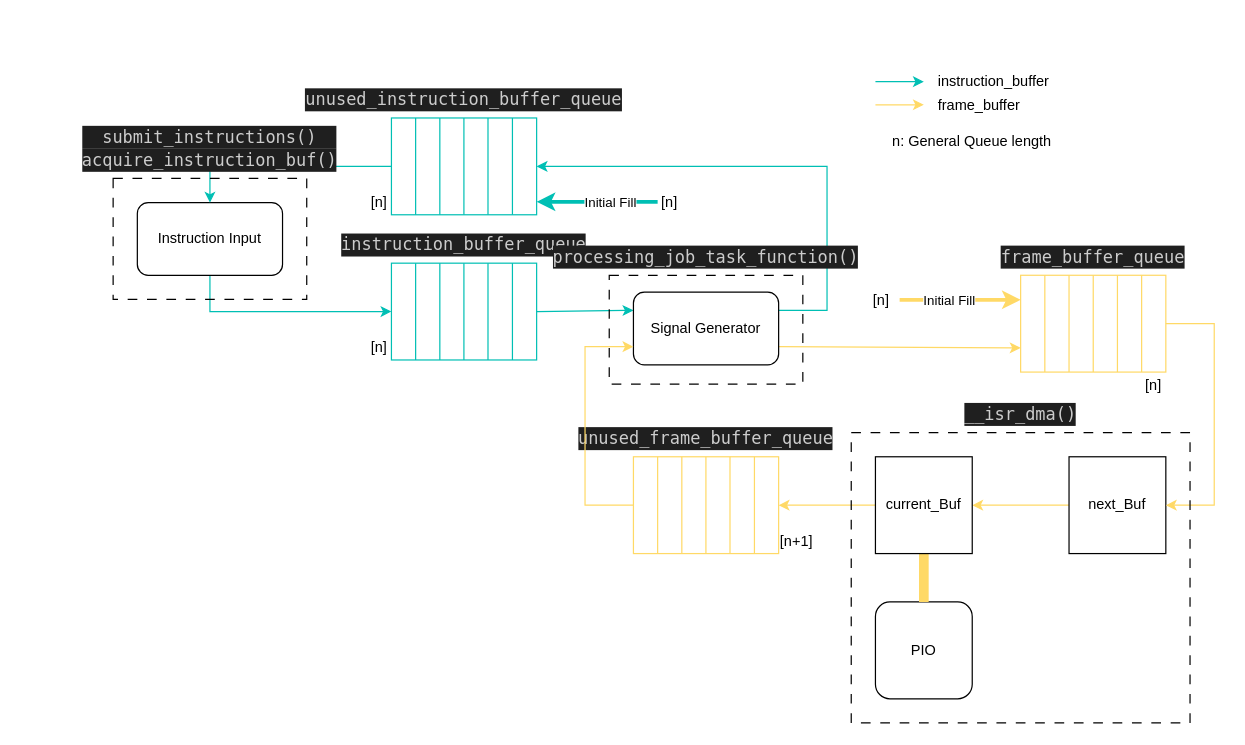
AlexanderHD27/oscilloscope-rendering keeps this draw.io diagram as docs/drawio/DataFlow_RP2040/DataFlow_RP2040.drawio. Above is the earlier version. Source tidied: cells renumbered, new cells numbered last; positions are measured from the earlier drawing's top-left corner, leaving out a move shared by most shapes. Both pictures are drawn from the tidied source at 121%, with x=0, y=0 at pixel (113, 69).
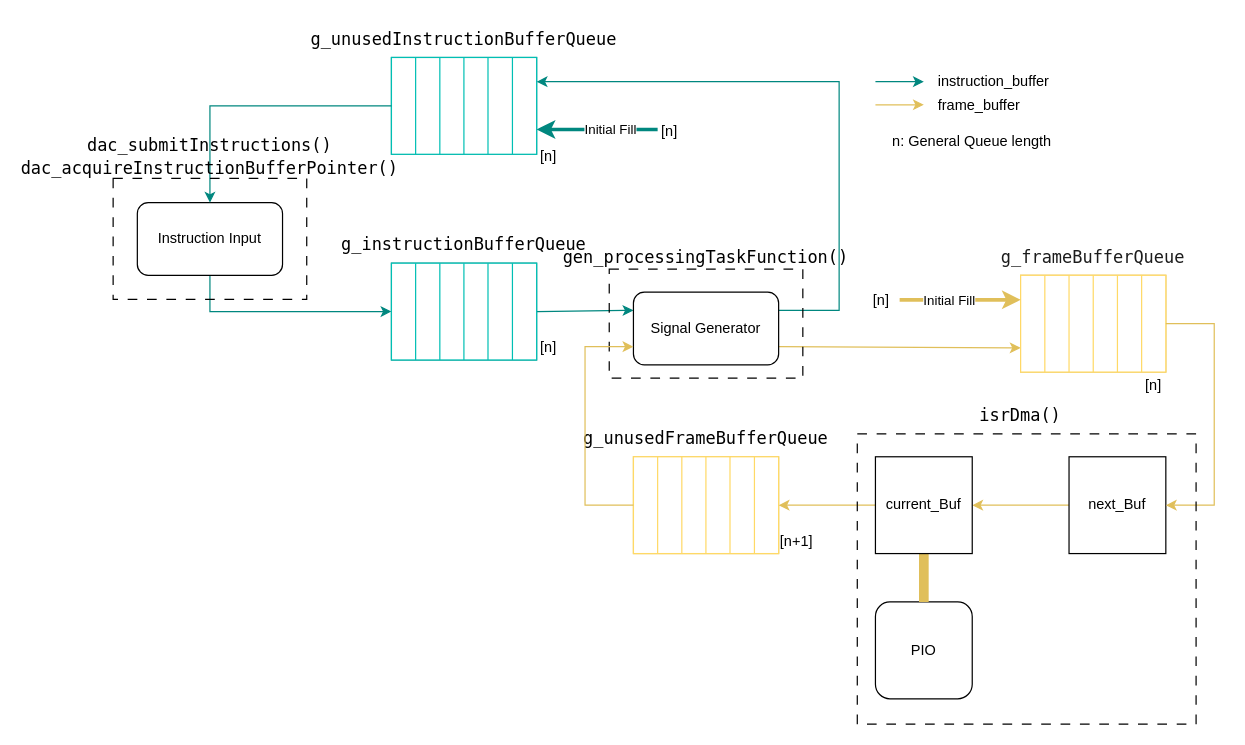
The same page after the edit.

Unchanged cells that the change refers to:
```xml
<mxCell id="3" value="Instruction Input" style="rounded=1;whiteSpace=wrap;html=1;" parent="1" vertex="1">
  <mxGeometry x="20" y="110" width="120" height="60" as="geometry" />
</mxCell>
<mxCell id="6" style="rounded=0;whiteSpace=wrap;html=1;strokeColor=#00BFB4;" parent="5" vertex="1">
  <mxGeometry width="120" height="80" as="geometry" />
</mxCell>
<mxCell id="13" style="rounded=0;whiteSpace=wrap;html=1;strokeColor=#00BFB4;" parent="12" vertex="1">
  <mxGeometry width="120" height="80" as="geometry" />
</mxCell>
<mxCell id="24" value="Signal Generator" style="rounded=1;whiteSpace=wrap;html=1;" parent="1" vertex="1">
  <mxGeometry x="430" y="184" width="120" height="60" as="geometry" />
</mxCell>
<mxCell id="25" value="PIO" style="rounded=1;whiteSpace=wrap;html=1;" parent="1" vertex="1">
  <mxGeometry x="630" y="440" width="80" height="80" as="geometry" />
</mxCell>
<mxCell id="27" style="rounded=0;whiteSpace=wrap;html=1;strokeColor=#FFD966;rotation=-180;" parent="26" vertex="1">
  <mxGeometry width="120" height="80" as="geometry" />
</mxCell>
<mxCell id="36" style="rounded=0;whiteSpace=wrap;html=1;strokeColor=#FFD966;" parent="35" vertex="1">
  <mxGeometry width="120" height="80" as="geometry" />
</mxCell>
<mxCell id="43" value="next_Buf" style="rounded=0;whiteSpace=wrap;html=1;" parent="1" vertex="1">
  <mxGeometry x="790" y="320" width="80" height="80" as="geometry" />
</mxCell>
<mxCell id="48" value="current_Buf" style="rounded=0;whiteSpace=wrap;html=1;" parent="1" vertex="1">
  <mxGeometry x="630" y="320" width="80" height="80" as="geometry" />
</mxCell>
```

The edit, as a diff of the source:
```diff
@@
-    <mxCell id="2" style="edgeStyle=orthogonalEdgeStyle;rounded=0;jettySize=auto;html=1;entryX=0;entryY=0.5;entryDx=0;entryDy=0;strokeColor=#00BFB4;" parent="1" edge="1" source="3" target="6">
+    <mxCell id="2" style="edgeStyle=orthogonalEdgeStyle;rounded=0;jettySize=auto;html=1;entryX=0;entryY=0.5;entryDx=0;entryDy=0;strokeColor=#00877F;" parent="1" edge="1" source="3" target="6">
       <mxGeometry relative="1" as="geometry">
         <Array as="points">
           <mxPoint x="80" y="200" />
         </Array>
       </mxGeometry>
     </mxCell>
@@
-    <mxCell id="4" style="rounded=0;jettySize=auto;html=1;exitX=1;exitY=0.5;exitDx=0;exitDy=0;entryX=0;entryY=0.25;entryDx=0;entryDy=0;strokeColor=#00BFB4;" parent="1" edge="1" source="6" target="24">
+    <mxCell id="4" style="rounded=0;jettySize=auto;html=1;exitX=1;exitY=0.5;exitDx=0;exitDy=0;entryX=0;entryY=0.25;entryDx=0;entryDy=0;strokeColor=#00877F;" parent="1" edge="1" source="6" target="24">
       <mxGeometry relative="1" as="geometry" />
     </mxCell>
-    <mxCell id="5" style="group;" parent="1" vertex="1">
+    <mxCell id="5" style="group;strokeColor=#00877F;" parent="1" vertex="1">
       <mxGeometry x="230" y="160" width="120" height="80" as="geometry" />
     </mxCell>
@@
-    <mxCell id="12" style="group;" parent="1" vertex="1">
-      <mxGeometry x="230" y="40" width="120" height="80" as="geometry" />
+    <mxCell id="12" style="group;labelPosition=center;verticalLabelPosition=bottom;align=center;verticalAlign=top;strokeColor=#00877F;" parent="1" vertex="1">
+      <mxGeometry x="230" y="-10" width="120" height="80" as="geometry" />
     </mxCell>
@@
-    <mxCell id="19" value="&lt;div style=&quot;color: rgb(204, 204, 204); background-color: rgb(31, 31, 31); font-family: &amp;quot;UbuntuMono Nerd Font Propo&amp;quot;, &amp;quot;Droid Sans Mono&amp;quot;, &amp;quot;monospace&amp;quot;, monospace; font-size: 14px; line-height: 19px;&quot;&gt;instruction_buffer_queue&lt;/div&gt;" style="text;html=1;strokeColor=none;fillColor=none;align=center;verticalAlign=middle;whiteSpace=wrap;rounded=0;" parent="1" vertex="1">
+    <mxCell id="19" value="&lt;div style=&quot;font-family: &amp;quot;UbuntuMono Nerd Font Propo&amp;quot;, &amp;quot;Droid Sans Mono&amp;quot;, &amp;quot;monospace&amp;quot;, monospace; font-size: 14px; line-height: 19px;&quot;&gt;&lt;div style=&quot;line-height: 19px;&quot;&gt;g_instructionBufferQueue&lt;/div&gt;&lt;/div&gt;" style="text;html=1;strokeColor=none;fillColor=none;align=center;verticalAlign=middle;whiteSpace=wrap;rounded=0;labelBackgroundColor=none;fontColor=default;" parent="1" vertex="1">
       <mxGeometry x="230" y="130" width="120" height="30" as="geometry" />
     </mxCell>
-    <mxCell id="20" value="&lt;div style=&quot;color: rgb(204, 204, 204); background-color: rgb(31, 31, 31); font-family: &amp;quot;UbuntuMono Nerd Font Propo&amp;quot;, &amp;quot;Droid Sans Mono&amp;quot;, &amp;quot;monospace&amp;quot;, monospace; font-size: 14px; line-height: 19px;&quot;&gt;unused_instruction_buffer_queue&lt;/div&gt;" style="text;html=1;strokeColor=none;fillColor=none;align=center;verticalAlign=middle;whiteSpace=wrap;rounded=0;" parent="1" vertex="1">
-      <mxGeometry x="150" y="10" width="280" height="30" as="geometry" />
+    <mxCell id="20" value="&lt;div style=&quot;color: rgb(204, 204, 204); background-color: rgb(31, 31, 31); font-family: &amp;quot;UbuntuMono Nerd Font Propo&amp;quot;, &amp;quot;Droid Sans Mono&amp;quot;, &amp;quot;monospace&amp;quot;, monospace; font-size: 14px; line-height: 19px;&quot;&gt;&lt;div style=&quot;line-height: 19px;&quot;&gt;&lt;br&gt;&lt;/div&gt;&lt;/div&gt;" style="text;html=1;strokeColor=none;fillColor=none;align=center;verticalAlign=middle;whiteSpace=wrap;rounded=0;" parent="1" vertex="1">
+      <mxGeometry x="140" y="-40" width="280" height="30" as="geometry" />
     </mxCell>
-    <mxCell id="21" style="edgeStyle=orthogonalEdgeStyle;rounded=0;jettySize=auto;html=1;exitX=0;exitY=0.5;exitDx=0;exitDy=0;entryX=0.5;entryY=0;entryDx=0;entryDy=0;strokeColor=#00BFB4;" parent="1" edge="1" source="13" target="3">
+    <mxCell id="21" style="edgeStyle=orthogonalEdgeStyle;rounded=0;jettySize=auto;html=1;exitX=0;exitY=0.5;exitDx=0;exitDy=0;entryX=0.5;entryY=0;entryDx=0;entryDy=0;strokeColor=#00877F;" parent="1" edge="1" source="13" target="3">
       <mxGeometry relative="1" as="geometry" />
     </mxCell>
+    <mxCell id="23" style="rounded=0;jettySize=auto;html=1;exitX=1;exitY=0.75;exitDx=0;exitDy=0;entryX=1;entryY=0.25;entryDx=0;entryDy=0;fontColor=#FFD966;strokeColor=#E0BF5A;" parent="1" edge="1" source="24" target="27">
+      <mxGeometry relative="1" as="geometry" />
+    </mxCell>
-    <mxCell id="22" style="edgeStyle=orthogonalEdgeStyle;rounded=0;jettySize=auto;html=1;exitX=1;exitY=0.25;exitDx=0;exitDy=0;entryX=1;entryY=0.5;entryDx=0;entryDy=0;strokeColor=#00BFB4;" parent="1" edge="1" source="24" target="13">
+    <mxCell id="22" style="edgeStyle=orthogonalEdgeStyle;rounded=0;jettySize=auto;html=1;exitX=1;exitY=0.25;exitDx=0;exitDy=0;entryX=1;entryY=0.25;entryDx=0;entryDy=0;fontColor=#00BFB4;strokeColor=#00877F;" parent="1" edge="1" source="24" target="13">
       <mxGeometry relative="1" as="geometry">
         <Array as="points">
-          <mxPoint x="590" y="199" />
-          <mxPoint x="590" y="80" />
+          <mxPoint x="600" y="199" />
+          <mxPoint x="600" y="10" />
         </Array>
       </mxGeometry>
     </mxCell>
-    <mxCell id="23" style="rounded=0;jettySize=auto;html=1;exitX=1;exitY=0.75;exitDx=0;exitDy=0;entryX=1;entryY=0.25;entryDx=0;entryDy=0;fontColor=#FFD966;strokeColor=#FFD966;" parent="1" edge="1" source="24" target="27">
-      <mxGeometry relative="1" as="geometry" />
-    </mxCell>
@@
-    <mxCell id="26" style="group;rotation=-180;" parent="1" vertex="1">
+    <mxCell id="26" style="group;rotation=-180;strokeColor=#E0BF5A;" parent="1" vertex="1">
       <mxGeometry x="750" y="170" width="120" height="80" as="geometry" />
     </mxCell>
@@
-    <mxCell id="33" value="&lt;div style=&quot;color: rgb(204, 204, 204); background-color: rgb(31, 31, 31); font-family: &amp;quot;UbuntuMono Nerd Font Propo&amp;quot;, &amp;quot;Droid Sans Mono&amp;quot;, &amp;quot;monospace&amp;quot;, monospace; font-size: 14px; line-height: 19px;&quot;&gt;unused_frame_buffer_queue&lt;/div&gt;" style="text;html=1;strokeColor=none;fillColor=none;align=center;verticalAlign=middle;whiteSpace=wrap;rounded=0;" parent="1" vertex="1">
+    <mxCell id="33" value="&lt;div style=&quot;font-family: &amp;quot;UbuntuMono Nerd Font Propo&amp;quot;, &amp;quot;Droid Sans Mono&amp;quot;, &amp;quot;monospace&amp;quot;, monospace; font-size: 14px; line-height: 19px;&quot;&gt;&lt;div style=&quot;line-height: 19px;&quot;&gt;g_unusedFrameBufferQueue&lt;/div&gt;&lt;/div&gt;" style="text;html=1;strokeColor=none;fillColor=none;align=center;verticalAlign=middle;whiteSpace=wrap;rounded=0;labelBackgroundColor=none;fontColor=default;" parent="1" vertex="1">
       <mxGeometry x="410" y="290" width="160" height="30" as="geometry" />
     </mxCell>
-    <mxCell id="34" value="&lt;div style=&quot;color: rgb(204, 204, 204); background-color: rgb(31, 31, 31); font-family: &amp;quot;UbuntuMono Nerd Font Propo&amp;quot;, &amp;quot;Droid Sans Mono&amp;quot;, &amp;quot;monospace&amp;quot;, monospace; font-size: 14px; line-height: 19px;&quot;&gt;frame_buffer_queue&lt;/div&gt;" style="text;html=1;strokeColor=none;fillColor=none;align=center;verticalAlign=middle;whiteSpace=wrap;rounded=0;" parent="1" vertex="1">
+    <mxCell id="34" value="&lt;div style=&quot;font-family: &amp;quot;UbuntuMono Nerd Font Propo&amp;quot;, &amp;quot;Droid Sans Mono&amp;quot;, &amp;quot;monospace&amp;quot;, monospace; font-size: 14px; line-height: 19px;&quot;&gt;&lt;div style=&quot;line-height: 19px;&quot;&gt;g_frameBufferQueue&lt;/div&gt;&lt;/div&gt;" style="text;html=1;strokeColor=none;fillColor=none;align=center;verticalAlign=middle;whiteSpace=wrap;rounded=0;labelBackgroundColor=none;fontColor=#1C1C1C;" parent="1" vertex="1">
       <mxGeometry x="755" y="140" width="110" height="30" as="geometry" />
     </mxCell>
-    <mxCell id="35" style="group;" parent="1" vertex="1">
+    <mxCell id="35" style="group;strokeColor=#E0BF5A;" parent="1" vertex="1">
       <mxGeometry x="430" y="320" width="120" height="80" as="geometry" />
     </mxCell>
@@
-    <mxCell id="42" style="edgeStyle=orthogonalEdgeStyle;rounded=0;jettySize=auto;html=1;entryX=1;entryY=0.5;entryDx=0;entryDy=0;strokeColor=#FFD966;" parent="1" edge="1" source="43" target="48">
+    <mxCell id="42" style="edgeStyle=orthogonalEdgeStyle;rounded=0;jettySize=auto;html=1;entryX=1;entryY=0.5;entryDx=0;entryDy=0;strokeColor=#E0BF5A;" parent="1" edge="1" source="43" target="48">
       <mxGeometry relative="1" as="geometry" />
     </mxCell>
@@
-    <mxCell id="44" style="edgeStyle=orthogonalEdgeStyle;rounded=0;jettySize=auto;html=1;entryX=1;entryY=0.5;entryDx=0;entryDy=0;strokeColor=#FFD966;exitX=0;exitY=0.5;exitDx=0;exitDy=0;" parent="1" edge="1" source="27" target="43">
+    <mxCell id="44" style="edgeStyle=orthogonalEdgeStyle;rounded=0;jettySize=auto;html=1;entryX=1;entryY=0.5;entryDx=0;entryDy=0;strokeColor=#E0BF5A;exitX=0;exitY=0.5;exitDx=0;exitDy=0;" parent="1" edge="1" source="27" target="43">
       <mxGeometry relative="1" as="geometry">
         <Array as="points">
           <mxPoint x="910" y="210" />
           <mxPoint x="910" y="360" />
         </Array>
       </mxGeometry>
     </mxCell>
-    <mxCell id="45" style="edgeStyle=orthogonalEdgeStyle;rounded=0;jettySize=auto;html=1;endArrow=none;endFill=0;strokeWidth=8;exitX=0.5;exitY=1;exitDx=0;exitDy=0;strokeColor=#FFD966;" parent="1" edge="1" source="48" target="25">
+    <mxCell id="45" style="edgeStyle=orthogonalEdgeStyle;rounded=0;jettySize=auto;html=1;endArrow=none;endFill=0;strokeWidth=8;exitX=0.5;exitY=1;exitDx=0;exitDy=0;strokeColor=#E0BF5A;" parent="1" edge="1" source="48" target="25">
       <mxGeometry relative="1" as="geometry" />
     </mxCell>
-    <mxCell id="46" style="edgeStyle=orthogonalEdgeStyle;rounded=0;jettySize=auto;html=1;exitX=0;exitY=0.5;exitDx=0;exitDy=0;entryX=1;entryY=0.5;entryDx=0;entryDy=0;strokeColor=#FFD966;" parent="1" edge="1" source="48" target="36">
+    <mxCell id="46" style="edgeStyle=orthogonalEdgeStyle;rounded=0;jettySize=auto;html=1;exitX=0;exitY=0.5;exitDx=0;exitDy=0;entryX=1;entryY=0.5;entryDx=0;entryDy=0;strokeColor=#E0BF5A;" parent="1" edge="1" source="48" target="36">
       <mxGeometry relative="1" as="geometry" />
     </mxCell>
-    <mxCell id="47" value="&lt;div style=&quot;color: rgb(204, 204, 204); background-color: rgb(31, 31, 31); font-family: &amp;quot;UbuntuMono Nerd Font Propo&amp;quot;, &amp;quot;Droid Sans Mono&amp;quot;, &amp;quot;monospace&amp;quot;, monospace; font-weight: normal; font-size: 14px; line-height: 19px;&quot;&gt;__isr_dma()&lt;/div&gt;" style="rounded=0;whiteSpace=wrap;html=1;fillColor=none;dashed=1;dashPattern=8 8;spacing=5;labelPosition=center;verticalLabelPosition=top;align=center;verticalAlign=bottom;fontStyle=1;glass=0;" parent="1" vertex="1">
-      <mxGeometry x="610" y="300" width="280" height="240" as="geometry" />
+    <mxCell id="47" value="&lt;div style=&quot;color: rgb(204, 204, 204); background-color: rgb(31, 31, 31); font-family: &amp;quot;UbuntuMono Nerd Font Propo&amp;quot;, &amp;quot;Droid Sans Mono&amp;quot;, &amp;quot;monospace&amp;quot;, monospace; font-weight: normal; font-size: 14px; line-height: 19px;&quot;&gt;&lt;div style=&quot;line-height: 19px;&quot;&gt;&lt;br&gt;&lt;/div&gt;&lt;/div&gt;" style="rounded=0;whiteSpace=wrap;html=1;fillColor=none;dashed=1;dashPattern=8 8;spacing=5;labelPosition=center;verticalLabelPosition=top;align=center;verticalAlign=bottom;fontStyle=1;glass=0;" parent="1" vertex="1">
+      <mxGeometry x="615" y="301" width="280" height="240" as="geometry" />
     </mxCell>
@@
-    <mxCell id="49" value="&lt;div style=&quot;color: rgb(204, 204, 204); background-color: rgb(31, 31, 31); font-family: &amp;quot;UbuntuMono Nerd Font Propo&amp;quot;, &amp;quot;Droid Sans Mono&amp;quot;, &amp;quot;monospace&amp;quot;, monospace; font-weight: normal; font-size: 14px; line-height: 19px;&quot;&gt;processing_job_task_function()&lt;/div&gt;" style="rounded=0;whiteSpace=wrap;html=1;fillColor=none;dashed=1;dashPattern=8 8;spacing=5;labelPosition=center;verticalLabelPosition=top;align=center;verticalAlign=bottom;fontStyle=1;" parent="1" vertex="1">
-      <mxGeometry x="410" y="170" width="160" height="90" as="geometry" />
+    <mxCell id="49" value="&lt;div style=&quot;color: rgb(204, 204, 204); background-color: rgb(31, 31, 31); font-family: &amp;quot;UbuntuMono Nerd Font Propo&amp;quot;, &amp;quot;Droid Sans Mono&amp;quot;, &amp;quot;monospace&amp;quot;, monospace; font-weight: normal; font-size: 14px; line-height: 19px;&quot;&gt;&lt;div style=&quot;line-height: 19px;&quot;&gt;&lt;br&gt;&lt;/div&gt;&lt;/div&gt;" style="rounded=0;whiteSpace=wrap;html=1;fillColor=none;dashed=1;dashPattern=8 8;spacing=5;labelPosition=center;verticalLabelPosition=top;align=center;verticalAlign=bottom;fontStyle=1;" parent="1" vertex="1">
+      <mxGeometry x="410" y="165" width="160" height="90" as="geometry" />
     </mxCell>
-    <mxCell id="50" style="edgeStyle=orthogonalEdgeStyle;rounded=0;jettySize=auto;html=1;strokeColor=#FFD966;exitX=0;exitY=0.5;exitDx=0;exitDy=0;entryX=0;entryY=0.75;entryDx=0;entryDy=0;" parent="1" edge="1" source="36" target="24">
+    <mxCell id="50" style="edgeStyle=orthogonalEdgeStyle;rounded=0;jettySize=auto;html=1;strokeColor=#E0BF5A;exitX=0;exitY=0.5;exitDx=0;exitDy=0;entryX=0;entryY=0.75;entryDx=0;entryDy=0;" parent="1" edge="1" source="36" target="24">
       <mxGeometry relative="1" as="geometry">
         <Array as="points">
           <mxPoint x="390" y="360" />
           <mxPoint x="390" y="229" />
         </Array>
       </mxGeometry>
     </mxCell>
-    <mxCell id="51" style="endArrow=classic;html=1;rounded=0;strokeWidth=3;strokeColor=#00BFB4;" parent="1" edge="1">
+    <mxCell id="51" style="endArrow=classic;html=1;rounded=0;strokeWidth=3;strokeColor=#00877F;" parent="1" edge="1">
       <mxGeometry relative="1" as="geometry">
-        <mxPoint x="450" y="109.3" as="sourcePoint" />
-        <mxPoint x="350" y="109.3" as="targetPoint" />
+        <mxPoint x="450" y="49.5" as="sourcePoint" />
+        <mxPoint x="350" y="49.5" as="targetPoint" />
       </mxGeometry>
     </mxCell>
@@
     <mxCell id="55" value="[n]" style="text;html=1;strokeColor=none;fillColor=none;align=center;verticalAlign=middle;whiteSpace=wrap;rounded=0;" parent="1" vertex="1">
-      <mxGeometry x="210" y="219" width="20" height="21" as="geometry" />
+      <mxGeometry x="350" y="219" width="20" height="21" as="geometry" />
     </mxCell>
     <mxCell id="56" value="[n]" style="text;html=1;strokeColor=none;fillColor=none;align=center;verticalAlign=middle;whiteSpace=wrap;rounded=0;" parent="1" vertex="1">
-      <mxGeometry x="210" y="99" width="20" height="21" as="geometry" />
+      <mxGeometry x="350" y="61" width="20" height="21" as="geometry" />
     </mxCell>
@@
     <mxCell id="58" value="[n]" style="text;html=1;strokeColor=none;fillColor=none;align=center;verticalAlign=middle;whiteSpace=wrap;rounded=0;" parent="1" vertex="1">
-      <mxGeometry x="450" y="99" width="20" height="21" as="geometry" />
+      <mxGeometry x="450" y="40" width="20" height="21" as="geometry" />
     </mxCell>
-    <mxCell id="59" value="&lt;div style=&quot;color: rgb(204, 204, 204); background-color: rgb(31, 31, 31); font-family: &amp;quot;UbuntuMono Nerd Font Propo&amp;quot;, &amp;quot;Droid Sans Mono&amp;quot;, &amp;quot;monospace&amp;quot;, monospace; font-weight: normal; font-size: 14px; line-height: 19px;&quot;&gt;submit_instructions()&lt;/div&gt;&lt;div style=&quot;color: rgb(204, 204, 204); background-color: rgb(31, 31, 31); font-family: &amp;quot;UbuntuMono Nerd Font Propo&amp;quot;, &amp;quot;Droid Sans Mono&amp;quot;, &amp;quot;monospace&amp;quot;, monospace; font-weight: normal; font-size: 14px; line-height: 19px;&quot;&gt;&lt;div style=&quot;line-height: 19px;&quot;&gt;acquire_instruction_buf()&lt;/div&gt;&lt;/div&gt;" style="rounded=0;whiteSpace=wrap;html=1;fillColor=none;dashed=1;dashPattern=8 8;spacing=5;labelPosition=center;verticalLabelPosition=top;align=center;verticalAlign=bottom;fontStyle=1;" parent="1" vertex="1">
+    <mxCell id="59" value="&lt;div style=&quot;color: rgb(204, 204, 204); font-family: &amp;quot;UbuntuMono Nerd Font Propo&amp;quot;, &amp;quot;Droid Sans Mono&amp;quot;, &amp;quot;monospace&amp;quot;, monospace; font-weight: normal; font-size: 14px; line-height: 19px;&quot;&gt;&lt;br&gt;&lt;/div&gt;" style="rounded=0;whiteSpace=wrap;html=1;fillColor=none;dashed=1;dashPattern=8 8;spacing=5;labelPosition=center;verticalLabelPosition=top;align=center;verticalAlign=bottom;fontStyle=1;" parent="1" vertex="1">
       <mxGeometry y="90" width="160" height="100" as="geometry" />
     </mxCell>
-    <mxCell id="60" style="endArrow=classic;html=1;rounded=0;strokeWidth=3;strokeColor=#FFD966;entryX=1;entryY=0.75;entryDx=0;entryDy=0;" parent="1" edge="1">
+    <mxCell id="60" style="endArrow=classic;html=1;rounded=0;strokeWidth=3;strokeColor=#E0BF5A;entryX=1;entryY=0.75;entryDx=0;entryDy=0;" parent="1" edge="1">
       <mxGeometry relative="1" as="geometry">
         <mxPoint x="650" y="190.3" as="sourcePoint" />
         <mxPoint x="750" y="190.3" as="targetPoint" />
       </mxGeometry>
     </mxCell>
@@
-    <mxCell id="63" style="endArrow=classic;html=1;rounded=0;fontColor=#FFD966;strokeColor=#FFD966;" parent="1" edge="1">
+    <mxCell id="63" style="endArrow=classic;html=1;rounded=0;fontColor=#FFD966;strokeColor=#E0BF5A;" parent="1" edge="1">
       <mxGeometry relative="1" as="geometry">
         <mxPoint x="630" y="29.1" as="sourcePoint" />
         <mxPoint x="670" y="29.1" as="targetPoint" />
       </mxGeometry>
     </mxCell>
-    <mxCell id="64" style="endArrow=classic;html=1;rounded=0;fontColor=#00BFB4;strokeColor=#00BFB4;" parent="1" edge="1">
+    <mxCell id="64" style="endArrow=classic;html=1;rounded=0;fontColor=#00BFB4;strokeColor=#00877F;" parent="1" edge="1">
       <mxGeometry relative="1" as="geometry">
         <mxPoint x="630" y="10" as="sourcePoint" />
         <mxPoint x="670" y="10" as="targetPoint" />
       </mxGeometry>
     </mxCell>
@@
+    <mxCell id="67" value="&lt;div style=&quot;font-family: &amp;quot;UbuntuMono Nerd Font Propo&amp;quot;, &amp;quot;Droid Sans Mono&amp;quot;, &amp;quot;monospace&amp;quot;, monospace; font-size: 14px; line-height: 19px;&quot;&gt;&lt;div style=&quot;line-height: 19px;&quot;&gt;gen_processingTaskFunction()&lt;br&gt;&lt;/div&gt;&lt;/div&gt;" style="text;html=1;strokeColor=none;fillColor=none;align=center;verticalAlign=middle;whiteSpace=wrap;rounded=0;fontColor=default;" parent="1" vertex="1">
+      <mxGeometry x="430" y="140" width="120" height="30" as="geometry" />
+    </mxCell>
+    <mxCell id="68" value="&lt;div style=&quot;font-family: &amp;quot;UbuntuMono Nerd Font Propo&amp;quot;, &amp;quot;Droid Sans Mono&amp;quot;, &amp;quot;monospace&amp;quot;, monospace; font-size: 14px; line-height: 19px;&quot;&gt;&lt;div style=&quot;line-height: 19px;&quot;&gt;g_unusedInstructionBufferQueue&lt;br&gt;&lt;/div&gt;&lt;/div&gt;" style="text;html=1;strokeColor=none;fillColor=none;align=center;verticalAlign=middle;whiteSpace=wrap;rounded=0;labelBackgroundColor=none;fontColor=default;" parent="1" vertex="1">
+      <mxGeometry x="230" y="-40" width="120" height="30" as="geometry" />
+    </mxCell>
+    <mxCell id="69" value="&lt;div style=&quot;font-family: &amp;quot;UbuntuMono Nerd Font Propo&amp;quot;, &amp;quot;Droid Sans Mono&amp;quot;, &amp;quot;monospace&amp;quot;, monospace; font-size: 14px; line-height: 19px;&quot;&gt;&lt;div style=&quot;line-height: 19px;&quot;&gt;isrDma()&lt;br&gt;&lt;/div&gt;&lt;/div&gt;" style="text;html=1;strokeColor=none;fillColor=none;align=center;verticalAlign=middle;whiteSpace=wrap;rounded=0;labelBackgroundColor=none;fontColor=default;" parent="1" vertex="1">
+      <mxGeometry x="670" y="271" width="160" height="30" as="geometry" />
+    </mxCell>
+    <mxCell id="70" value="&lt;div style=&quot;font-family: &amp;quot;UbuntuMono Nerd Font Propo&amp;quot;, &amp;quot;Droid Sans Mono&amp;quot;, &amp;quot;monospace&amp;quot;, monospace; font-size: 14px; line-height: 19px;&quot;&gt;&lt;div style=&quot;line-height: 19px;&quot;&gt;&lt;div style=&quot;line-height: 19px;&quot;&gt;dac_submitInstructions()&lt;/div&gt;&lt;div style=&quot;line-height: 19px;&quot;&gt;dac_acquireInstructionBufferPointer()&lt;/div&gt;&lt;/div&gt;&lt;/div&gt;" style="text;html=1;strokeColor=none;fillColor=none;align=center;verticalAlign=middle;whiteSpace=wrap;rounded=0;labelBackgroundColor=none;fontColor=default;" parent="1" vertex="1">
+      <mxGeometry x="20" y="56.5" width="120" height="30" as="geometry" />
+    </mxCell>
```
